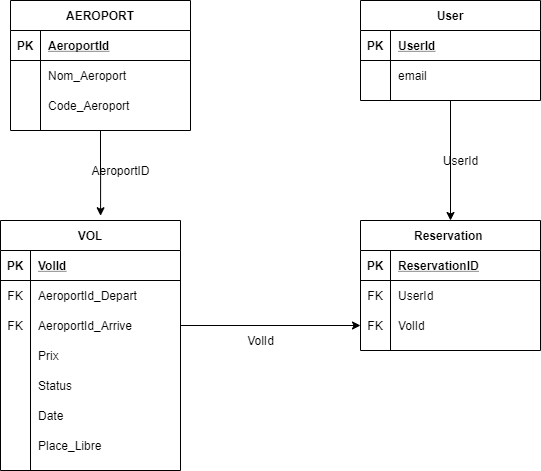
Above: IA-BEGHRT/projet/SchemaBDD_V1.png in BrandonRammohan/tp-architecture-1 (draw.io), before the change. Source tidied: cells renumbered, new cells last; positions are measured from the earlier drawing's top-left corner, leaving out a move shared by most shapes. Its diagram source:
```xml
<mxGraphModel>
  <root>
    <mxCell id="0" />
    <mxCell id="1" parent="0" />
    <mxCell id="2" style="edgeStyle=orthogonalEdgeStyle;rounded=0;jettySize=auto;html=1;exitX=0.5;exitY=1;exitDx=0;exitDy=0;entryX=0.5;entryY=0;entryDx=0;entryDy=0;" parent="1" edge="1" source="3" target="43">
      <mxGeometry relative="1" as="geometry" />
    </mxCell>
    <mxCell id="3" value="User" style="shape=table;startSize=30;rowLines=0;fontStyle=1;align=center;" parent="1" vertex="1">
      <mxGeometry x="360" width="180" height="100" as="geometry" />
    </mxCell>
    <mxCell id="4" style="shape=partialRectangle;fillColor=none;top=0;left=0;bottom=1;right=0;" parent="3" vertex="1">
      <mxGeometry y="30" width="180" height="30" as="geometry" />
    </mxCell>
    <mxCell id="5" value="PK" style="shape=partialRectangle;fillColor=none;top=0;left=0;bottom=0;right=0;fontStyle=1;overflow=hidden;" parent="4" vertex="1">
      <mxGeometry width="30" height="30" as="geometry" />
    </mxCell>
    <mxCell id="6" value="UserId" style="shape=partialRectangle;fillColor=none;top=0;left=0;bottom=0;right=0;align=left;spacingLeft=6;fontStyle=5;overflow=hidden;" parent="4" vertex="1">
      <mxGeometry x="30" width="150" height="30" as="geometry" />
    </mxCell>
    <mxCell id="7" style="shape=partialRectangle;fillColor=none;top=0;left=0;bottom=0;right=0;" parent="3" vertex="1">
      <mxGeometry y="60" width="180" height="30" as="geometry" />
    </mxCell>
    <mxCell id="8" style="shape=partialRectangle;fillColor=none;top=0;left=0;bottom=0;right=0;overflow=hidden;" parent="7" vertex="1">
      <mxGeometry width="30" height="30" as="geometry" />
    </mxCell>
    <mxCell id="9" value="email" style="shape=partialRectangle;fillColor=none;top=0;left=0;bottom=0;right=0;align=left;spacingLeft=6;overflow=hidden;" parent="7" vertex="1">
      <mxGeometry x="30" width="150" height="30" as="geometry" />
    </mxCell>
    <mxCell id="10" style="edgeStyle=orthogonalEdgeStyle;rounded=0;jettySize=auto;html=1;entryX=0.556;entryY=-0.019;entryDx=0;entryDy=0;entryPerimeter=0;" parent="1" edge="1" source="11" target="21">
      <mxGeometry relative="1" as="geometry" />
    </mxCell>
    <mxCell id="11" value="AEROPORT" style="shape=table;startSize=30;rowLines=0;fontStyle=1;align=center;" parent="1" vertex="1">
      <mxGeometry x="10" width="180" height="130" as="geometry" />
    </mxCell>
    <mxCell id="12" style="shape=partialRectangle;fillColor=none;top=0;left=0;bottom=1;right=0;" parent="11" vertex="1">
      <mxGeometry y="30" width="180" height="30" as="geometry" />
    </mxCell>
    <mxCell id="13" value="PK" style="shape=partialRectangle;fillColor=none;top=0;left=0;bottom=0;right=0;fontStyle=1;overflow=hidden;" parent="12" vertex="1">
      <mxGeometry width="30" height="30" as="geometry" />
    </mxCell>
    <mxCell id="14" value="AeroportId" style="shape=partialRectangle;fillColor=none;top=0;left=0;bottom=0;right=0;align=left;spacingLeft=6;fontStyle=5;overflow=hidden;" parent="12" vertex="1">
      <mxGeometry x="30" width="150" height="30" as="geometry" />
    </mxCell>
    <mxCell id="15" style="shape=partialRectangle;fillColor=none;top=0;left=0;bottom=0;right=0;" parent="11" vertex="1">
      <mxGeometry y="60" width="180" height="30" as="geometry" />
    </mxCell>
    <mxCell id="16" style="shape=partialRectangle;fillColor=none;top=0;left=0;bottom=0;right=0;overflow=hidden;" parent="15" vertex="1">
      <mxGeometry width="30" height="30" as="geometry" />
    </mxCell>
    <mxCell id="17" value="Nom_Aeroport" style="shape=partialRectangle;fillColor=none;top=0;left=0;bottom=0;right=0;align=left;spacingLeft=6;overflow=hidden;" parent="15" vertex="1">
      <mxGeometry x="30" width="150" height="30" as="geometry" />
    </mxCell>
    <mxCell id="18" style="shape=partialRectangle;fillColor=none;top=0;left=0;bottom=0;right=0;" parent="11" vertex="1">
      <mxGeometry y="90" width="180" height="30" as="geometry" />
    </mxCell>
    <mxCell id="19" style="shape=partialRectangle;fillColor=none;top=0;left=0;bottom=0;right=0;overflow=hidden;" parent="18" vertex="1">
      <mxGeometry width="30" height="30" as="geometry" />
    </mxCell>
    <mxCell id="20" value="Code_Aeroport" style="shape=partialRectangle;fillColor=none;top=0;left=0;bottom=0;right=0;align=left;spacingLeft=6;overflow=hidden;" parent="18" vertex="1">
      <mxGeometry x="30" width="150" height="30" as="geometry" />
    </mxCell>
    <mxCell id="21" value="VOL" style="shape=table;startSize=30;rowLines=0;fontStyle=1;align=center;" parent="1" vertex="1">
      <mxGeometry y="220" width="180" height="250" as="geometry" />
    </mxCell>
    <mxCell id="22" style="shape=partialRectangle;fillColor=none;top=0;left=0;bottom=1;right=0;" parent="21" vertex="1">
      <mxGeometry y="30" width="180" height="30" as="geometry" />
    </mxCell>
    <mxCell id="23" value="PK" style="shape=partialRectangle;fillColor=none;top=0;left=0;bottom=0;right=0;fontStyle=1;overflow=hidden;" parent="22" vertex="1">
      <mxGeometry width="30" height="30" as="geometry" />
    </mxCell>
    <mxCell id="24" value="VolId" style="shape=partialRectangle;fillColor=none;top=0;left=0;bottom=0;right=0;align=left;spacingLeft=6;fontStyle=5;overflow=hidden;" parent="22" vertex="1">
      <mxGeometry x="30" width="150" height="30" as="geometry" />
    </mxCell>
    <mxCell id="25" style="shape=partialRectangle;fillColor=none;top=0;left=0;bottom=0;right=0;" parent="21" vertex="1">
      <mxGeometry y="60" width="180" height="30" as="geometry" />
    </mxCell>
    <mxCell id="26" value="FK" style="shape=partialRectangle;fillColor=none;top=0;left=0;bottom=0;right=0;overflow=hidden;" parent="25" vertex="1">
      <mxGeometry width="30" height="30" as="geometry" />
    </mxCell>
    <mxCell id="27" value="AeroportId_Depart" style="shape=partialRectangle;fillColor=none;top=0;left=0;bottom=0;right=0;align=left;spacingLeft=6;overflow=hidden;" parent="25" vertex="1">
      <mxGeometry x="30" width="150" height="30" as="geometry" />
    </mxCell>
    <mxCell id="28" style="shape=partialRectangle;fillColor=none;top=0;left=0;bottom=0;right=0;points=[[0,0.5],[1,0.5]];portConstraint=eastwest;" parent="21" vertex="1">
      <mxGeometry y="90" width="180" height="30" as="geometry" />
    </mxCell>
    <mxCell id="29" value="FK" style="shape=partialRectangle;fillColor=none;top=0;left=0;bottom=0;right=0;overflow=hidden;" parent="28" vertex="1">
      <mxGeometry width="30" height="30" as="geometry" />
    </mxCell>
    <mxCell id="30" value="AeroportId_Arrive" style="shape=partialRectangle;fillColor=none;top=0;left=0;bottom=0;right=0;align=left;spacingLeft=6;overflow=hidden;" parent="28" vertex="1">
      <mxGeometry x="30" width="150" height="30" as="geometry" />
    </mxCell>
    <mxCell id="31" style="shape=partialRectangle;fillColor=none;top=0;left=0;bottom=0;right=0;" parent="21" vertex="1">
      <mxGeometry y="120" width="180" height="30" as="geometry" />
    </mxCell>
    <mxCell id="32" style="shape=partialRectangle;fillColor=none;top=0;left=0;bottom=0;right=0;overflow=hidden;" parent="31" vertex="1">
      <mxGeometry width="30" height="30" as="geometry" />
    </mxCell>
    <mxCell id="33" value="Prix" style="shape=partialRectangle;fillColor=none;top=0;left=0;bottom=0;right=0;align=left;spacingLeft=6;overflow=hidden;" parent="31" vertex="1">
      <mxGeometry x="30" width="150" height="30" as="geometry" />
    </mxCell>
    <mxCell id="34" style="shape=partialRectangle;fillColor=none;top=0;left=0;bottom=0;right=0;" parent="21" vertex="1">
      <mxGeometry y="150" width="180" height="30" as="geometry" />
    </mxCell>
    <mxCell id="35" style="shape=partialRectangle;fillColor=none;top=0;left=0;bottom=0;right=0;overflow=hidden;" parent="34" vertex="1">
      <mxGeometry width="30" height="30" as="geometry" />
    </mxCell>
    <mxCell id="36" value="Status" style="shape=partialRectangle;fillColor=none;top=0;left=0;bottom=0;right=0;align=left;spacingLeft=6;overflow=hidden;" parent="34" vertex="1">
      <mxGeometry x="30" width="150" height="30" as="geometry" />
    </mxCell>
    <mxCell id="37" style="shape=partialRectangle;fillColor=none;top=0;left=0;bottom=0;right=0;" parent="21" vertex="1">
      <mxGeometry y="180" width="180" height="30" as="geometry" />
    </mxCell>
    <mxCell id="38" style="shape=partialRectangle;fillColor=none;top=0;left=0;bottom=0;right=0;overflow=hidden;" parent="37" vertex="1">
      <mxGeometry width="30" height="30" as="geometry" />
    </mxCell>
    <mxCell id="39" value="Date" style="shape=partialRectangle;fillColor=none;top=0;left=0;bottom=0;right=0;align=left;spacingLeft=6;overflow=hidden;" parent="37" vertex="1">
      <mxGeometry x="30" width="150" height="30" as="geometry" />
    </mxCell>
    <mxCell id="40" style="shape=partialRectangle;fillColor=none;top=0;left=0;bottom=0;right=0;" parent="21" vertex="1">
      <mxGeometry y="210" width="180" height="30" as="geometry" />
    </mxCell>
    <mxCell id="41" style="shape=partialRectangle;fillColor=none;top=0;left=0;bottom=0;right=0;overflow=hidden;" parent="40" vertex="1">
      <mxGeometry width="30" height="30" as="geometry" />
    </mxCell>
    <mxCell id="42" value="Place_Libre" style="shape=partialRectangle;fillColor=none;top=0;left=0;bottom=0;right=0;align=left;spacingLeft=6;overflow=hidden;" parent="40" vertex="1">
      <mxGeometry x="30" width="150" height="30" as="geometry" />
    </mxCell>
    <mxCell id="43" value="Reservation " style="shape=table;startSize=30;rowLines=0;fontStyle=1;align=center;" parent="1" vertex="1">
      <mxGeometry x="360" y="220" width="180" height="130" as="geometry" />
    </mxCell>
    <mxCell id="44" style="shape=partialRectangle;fillColor=none;top=0;left=0;bottom=1;right=0;" parent="43" vertex="1">
      <mxGeometry y="30" width="180" height="30" as="geometry" />
    </mxCell>
    <mxCell id="45" value="PK" style="shape=partialRectangle;fillColor=none;top=0;left=0;bottom=0;right=0;fontStyle=1;overflow=hidden;" parent="44" vertex="1">
      <mxGeometry width="30" height="30" as="geometry" />
    </mxCell>
    <mxCell id="46" value="ReservationID" style="shape=partialRectangle;fillColor=none;top=0;left=0;bottom=0;right=0;align=left;spacingLeft=6;fontStyle=5;overflow=hidden;" parent="44" vertex="1">
      <mxGeometry x="30" width="150" height="30" as="geometry" />
    </mxCell>
    <mxCell id="47" style="shape=partialRectangle;fillColor=none;top=0;left=0;bottom=0;right=0;" parent="43" vertex="1">
      <mxGeometry y="60" width="180" height="30" as="geometry" />
    </mxCell>
    <mxCell id="48" value="FK" style="shape=partialRectangle;fillColor=none;top=0;left=0;bottom=0;right=0;overflow=hidden;" parent="47" vertex="1">
      <mxGeometry width="30" height="30" as="geometry" />
    </mxCell>
    <mxCell id="49" value="UserId" style="shape=partialRectangle;fillColor=none;top=0;left=0;bottom=0;right=0;align=left;spacingLeft=6;overflow=hidden;" parent="47" vertex="1">
      <mxGeometry x="30" width="150" height="30" as="geometry" />
    </mxCell>
    <mxCell id="50" style="shape=partialRectangle;fillColor=none;top=0;left=0;bottom=0;right=0;points=[[0,0.5],[1,0.5]];portConstraint=eastwest;" parent="43" vertex="1">
      <mxGeometry y="90" width="180" height="30" as="geometry" />
    </mxCell>
    <mxCell id="51" value="FK" style="shape=partialRectangle;fillColor=none;top=0;left=0;bottom=0;right=0;overflow=hidden;" parent="50" vertex="1">
      <mxGeometry width="30" height="30" as="geometry" />
    </mxCell>
    <mxCell id="52" value="VolId" style="shape=partialRectangle;fillColor=none;top=0;left=0;bottom=0;right=0;align=left;spacingLeft=6;overflow=hidden;" parent="50" vertex="1">
      <mxGeometry x="30" width="150" height="30" as="geometry" />
    </mxCell>
    <mxCell id="53" value="UserId" style="text;html=1;align=center;verticalAlign=middle;" parent="1" vertex="1">
      <mxGeometry x="435" y="150" width="50" height="20" as="geometry" />
    </mxCell>
    <mxCell id="54" style="edgeStyle=orthogonalEdgeStyle;rounded=0;jettySize=auto;html=1;exitX=1;exitY=0.5;exitDx=0;exitDy=0;" parent="1" edge="1" source="28" target="50">
      <mxGeometry relative="1" as="geometry" />
    </mxCell>
    <mxCell id="55" value="VolId" style="text;html=1;align=center;verticalAlign=middle;" parent="1" vertex="1">
      <mxGeometry x="240" y="330" width="40" height="20" as="geometry" />
    </mxCell>
    <mxCell id="56" value="AeroportID" style="text;html=1;align=center;verticalAlign=middle;" parent="1" vertex="1">
      <mxGeometry x="85" y="160" width="70" height="20" as="geometry" />
    </mxCell>
  </root>
</mxGraphModel>
```
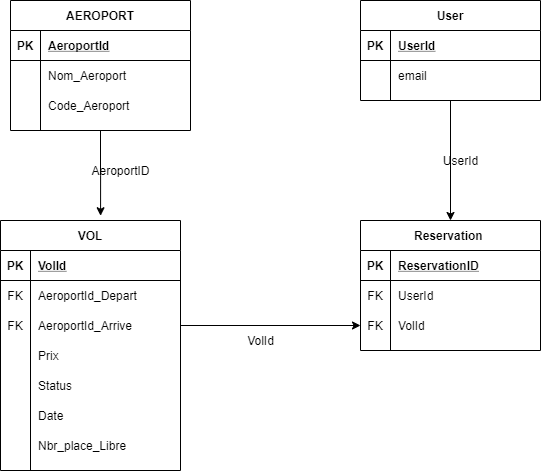
After the commit.

What changed in the source:
```diff
@@ -122,7 +122,7 @@
     <mxCell id="41" style="shape=partialRectangle;fillColor=none;top=0;left=0;bottom=0;right=0;overflow=hidden;" parent="40" vertex="1">
       <mxGeometry width="30" height="30" as="geometry" />
     </mxCell>
-    <mxCell id="42" value="Place_Libre" style="shape=partialRectangle;fillColor=none;top=0;left=0;bottom=0;right=0;align=left;spacingLeft=6;overflow=hidden;" parent="40" vertex="1">
+    <mxCell id="42" value="Nbr_place_Libre" style="shape=partialRectangle;fillColor=none;top=0;left=0;bottom=0;right=0;align=left;spacingLeft=6;overflow=hidden;" parent="40" vertex="1">
       <mxGeometry x="30" width="150" height="30" as="geometry" />
     </mxCell>
     <mxCell id="43" value="Reservation " style="shape=table;startSize=30;rowLines=0;fontStyle=1;align=center;" parent="1" vertex="1">
```
